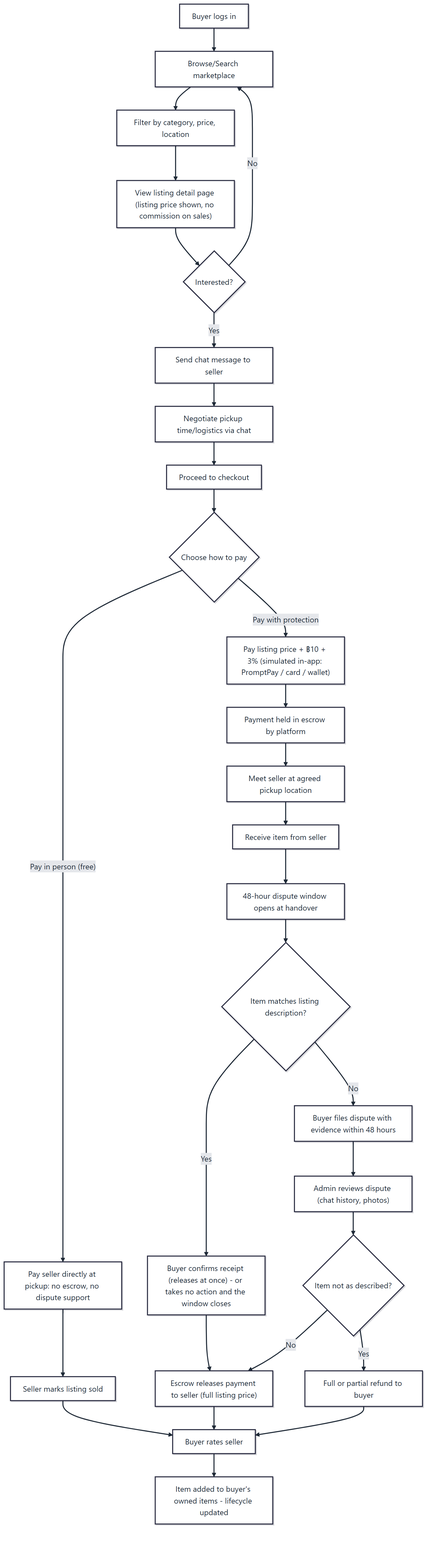
Before: figures/buyer_userflow.png, a diagram exported from Mermaid (pcismyname/ait_marketplace). Its source is kept beside it as figures/src/buyer_userflow.mmd.
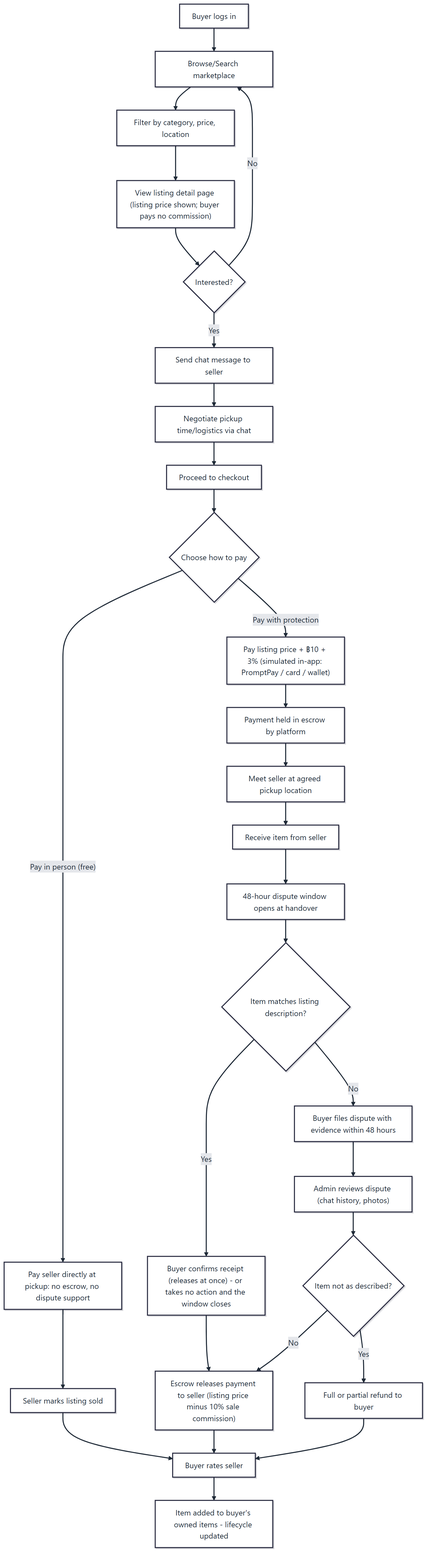
Above is the later version.

What changed in the source:
```diff
@@ -1,7 +1,7 @@
 flowchart TD
     A[Buyer logs in] --> B[Browse/Search marketplace]
     B --> C[Filter by category, price, location]
-    C --> D["View listing detail page (listing price shown, no commission on sales)"]
+    C --> D["View listing detail page (listing price shown; buyer pays no commission)"]
     D --> E{Interested?}
     E -- No --> B
     E -- Yes --> F[Send chat message to seller]
@@ -20,7 +20,7 @@
     O --> P["48-hour dispute window opens at handover"]
     P --> Q{Item matches listing description?}
     Q -- Yes --> S["Buyer confirms receipt (releases at once) - or takes no action and the window closes"]
-    S --> T["Escrow releases payment to seller (full listing price)"]
+    S --> T["Escrow releases payment to seller (listing price minus 10% sale commission)"]
     Q -- No --> U[Buyer files dispute with evidence within 48 hours]
     U --> V["Admin reviews dispute (chat history, photos)"]
     V --> W{Item not as described?}
```
